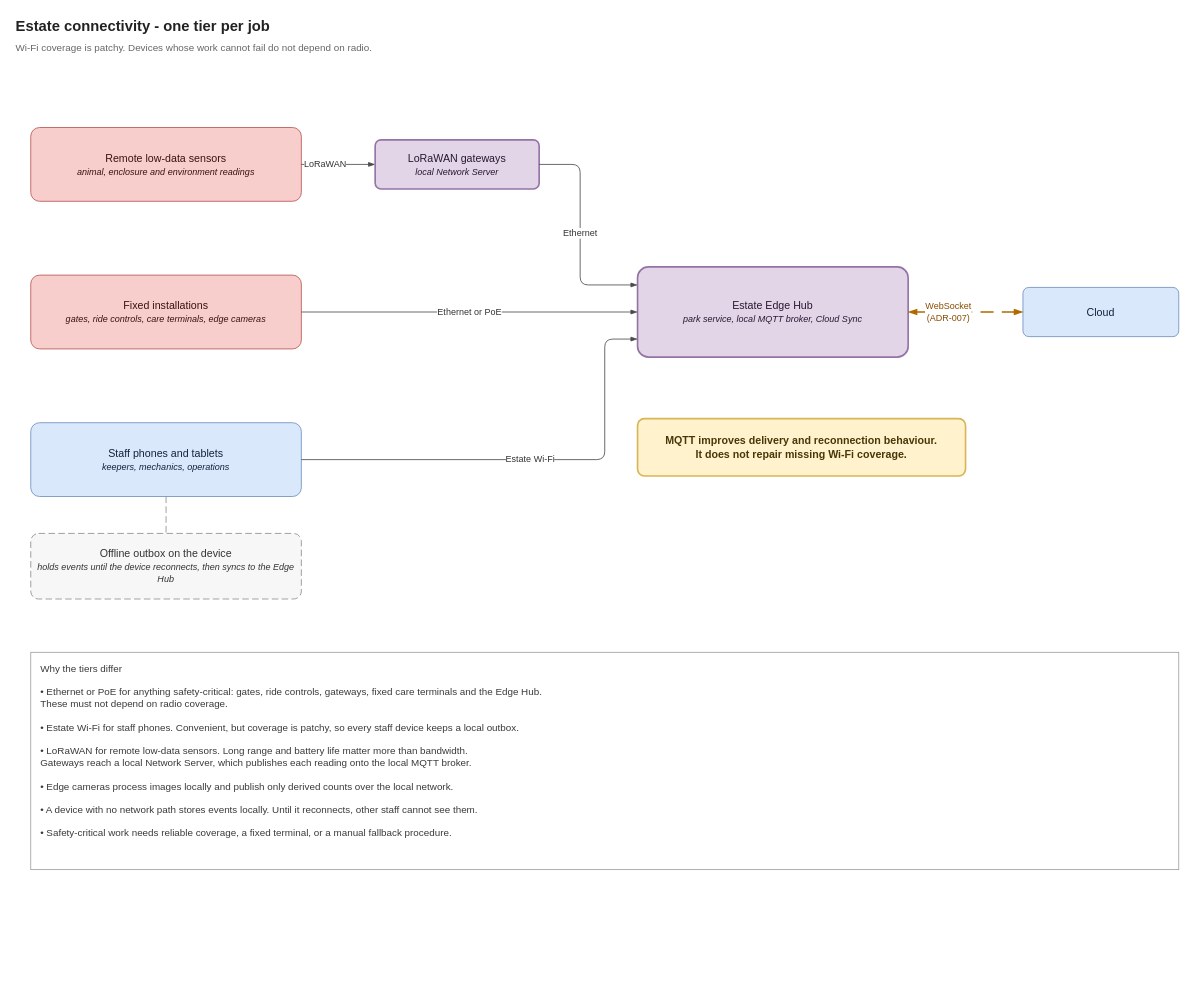
malloc37/ByteDojoArchiKata2026 keeps this draw.io diagram as diagrams/connectivity-tiers.drawio. Above is the earlier version. Source tidied: cells renumbered, new cells numbered last; positions are measured from the earlier drawing's top-left corner, leaving out a move shared by most shapes. Both pictures are drawn from the tidied source at 82%, with x=0, y=0 at pixel (14, 14).
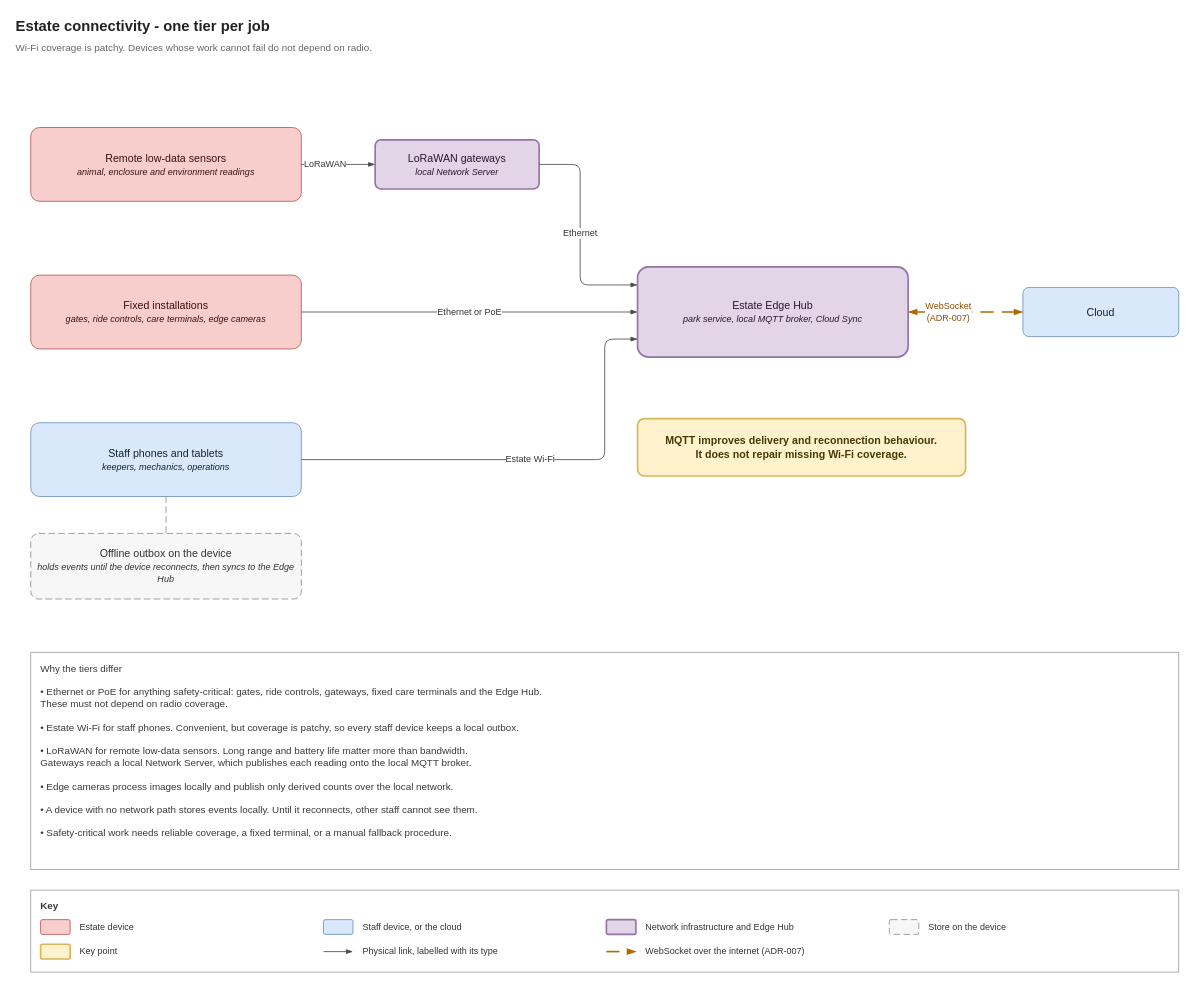
After the change.

The edit, as a diff of the source:
```diff
@@
+    <mxCell id="19" value="Key" style="rounded=0;whiteSpace=wrap;html=1;fillColor=#FFFFFF;strokeColor=#9E9E9E;fontColor=#3A3A3A;align=left;verticalAlign=top;fontSize=12;fontStyle=1;spacingLeft=10;spacingTop=6;" parent="1" vertex="1">
+      <mxGeometry x="20" y="1068" width="1400" height="100" as="geometry" />
+    </mxCell>
+    <mxCell id="20" style="rounded=1;whiteSpace=wrap;html=1;arcSize=12;fillColor=#F8CECC;strokeColor=#B85450;" parent="1" vertex="1">
+      <mxGeometry x="32" y="1104" width="36" height="18" as="geometry" />
+    </mxCell>
+    <mxCell id="21" value="Estate device" style="text;html=1;align=left;verticalAlign=middle;fontSize=11;fontColor=#333333;whiteSpace=wrap;" parent="1" vertex="1">
+      <mxGeometry x="78" y="1100" width="291" height="26" as="geometry" />
+    </mxCell>
+    <mxCell id="22" style="rounded=1;whiteSpace=wrap;html=1;arcSize=12;fillColor=#DAE8FC;strokeColor=#6C8EBF;" parent="1" vertex="1">
+      <mxGeometry x="377" y="1104" width="36" height="18" as="geometry" />
+    </mxCell>
+    <mxCell id="23" value="Staff device, or the cloud" style="text;html=1;align=left;verticalAlign=middle;fontSize=11;fontColor=#333333;whiteSpace=wrap;" parent="1" vertex="1">
+      <mxGeometry x="423" y="1100" width="291" height="26" as="geometry" />
+    </mxCell>
+    <mxCell id="24" style="rounded=1;whiteSpace=wrap;html=1;arcSize=12;fillColor=#E1D5E7;strokeColor=#9673A6;strokeWidth=2;" parent="1" vertex="1">
+      <mxGeometry x="722" y="1104" width="36" height="18" as="geometry" />
+    </mxCell>
+    <mxCell id="25" value="Network infrastructure and Edge Hub" style="text;html=1;align=left;verticalAlign=middle;fontSize=11;fontColor=#333333;whiteSpace=wrap;" parent="1" vertex="1">
+      <mxGeometry x="768" y="1100" width="291" height="26" as="geometry" />
+    </mxCell>
+    <mxCell id="26" style="rounded=1;whiteSpace=wrap;html=1;arcSize=12;fillColor=#F7F7F7;strokeColor=#8C8C8C;dashed=1;dashPattern=8 4;" parent="1" vertex="1">
+      <mxGeometry x="1067" y="1104" width="36" height="18" as="geometry" />
+    </mxCell>
+    <mxCell id="27" value="Store on the device" style="text;html=1;align=left;verticalAlign=middle;fontSize=11;fontColor=#333333;whiteSpace=wrap;" parent="1" vertex="1">
+      <mxGeometry x="1113" y="1100" width="291" height="26" as="geometry" />
+    </mxCell>
+    <mxCell id="28" style="rounded=1;whiteSpace=wrap;html=1;arcSize=12;fillColor=#FFF2CC;strokeColor=#D6B656;strokeWidth=2;" parent="1" vertex="1">
+      <mxGeometry x="32" y="1134" width="36" height="18" as="geometry" />
+    </mxCell>
+    <mxCell id="29" value="Key point" style="text;html=1;align=left;verticalAlign=middle;fontSize=11;fontColor=#333333;whiteSpace=wrap;" parent="1" vertex="1">
+      <mxGeometry x="78" y="1130" width="291" height="26" as="geometry" />
+    </mxCell>
+    <mxCell id="30" style="html=1;endArrow=blockThin;endFill=1;strokeColor=#4A4A4A;" parent="1" edge="1">
+      <mxGeometry relative="1" as="geometry">
+        <mxPoint x="377" y="1143" as="sourcePoint" />
+        <mxPoint x="413" y="1143" as="targetPoint" />
+      </mxGeometry>
+    </mxCell>
+    <mxCell id="31" value="Physical link, labelled with its type" style="text;html=1;align=left;verticalAlign=middle;fontSize=11;fontColor=#333333;whiteSpace=wrap;" parent="1" vertex="1">
+      <mxGeometry x="423" y="1130" width="291" height="26" as="geometry" />
+    </mxCell>
+    <mxCell id="32" style="html=1;endArrow=blockThin;endFill=1;strokeColor=#B06A00;strokeWidth=2;dashed=1;dashPattern=8 5;" parent="1" edge="1">
+      <mxGeometry relative="1" as="geometry">
+        <mxPoint x="722" y="1143" as="sourcePoint" />
+        <mxPoint x="758" y="1143" as="targetPoint" />
+      </mxGeometry>
+    </mxCell>
+    <mxCell id="33" value="WebSocket over the internet (ADR-007)" style="text;html=1;align=left;verticalAlign=middle;fontSize=11;fontColor=#333333;whiteSpace=wrap;" parent="1" vertex="1">
+      <mxGeometry x="768" y="1130" width="291" height="26" as="geometry" />
+    </mxCell>
```
